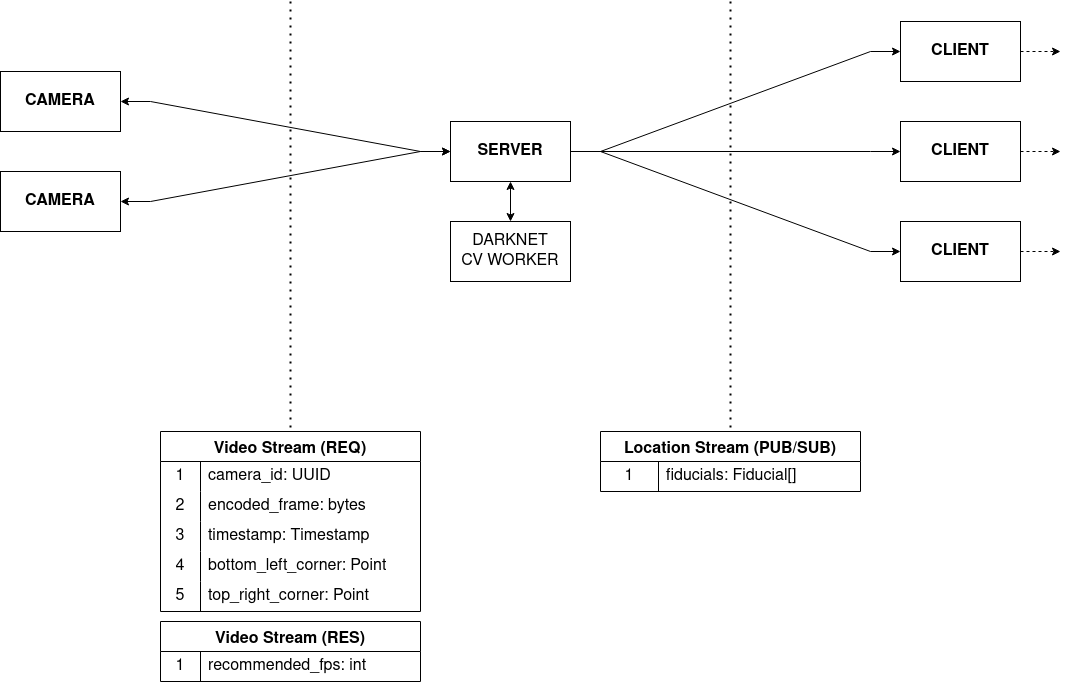
Above: res/architecture.png in mahyarmirrashed/fiducial-tracker (draw.io), before the change. Source tidied: cells renumbered, new cells last; positions are measured from the earlier drawing's top-left corner, leaving out a move shared by most shapes.
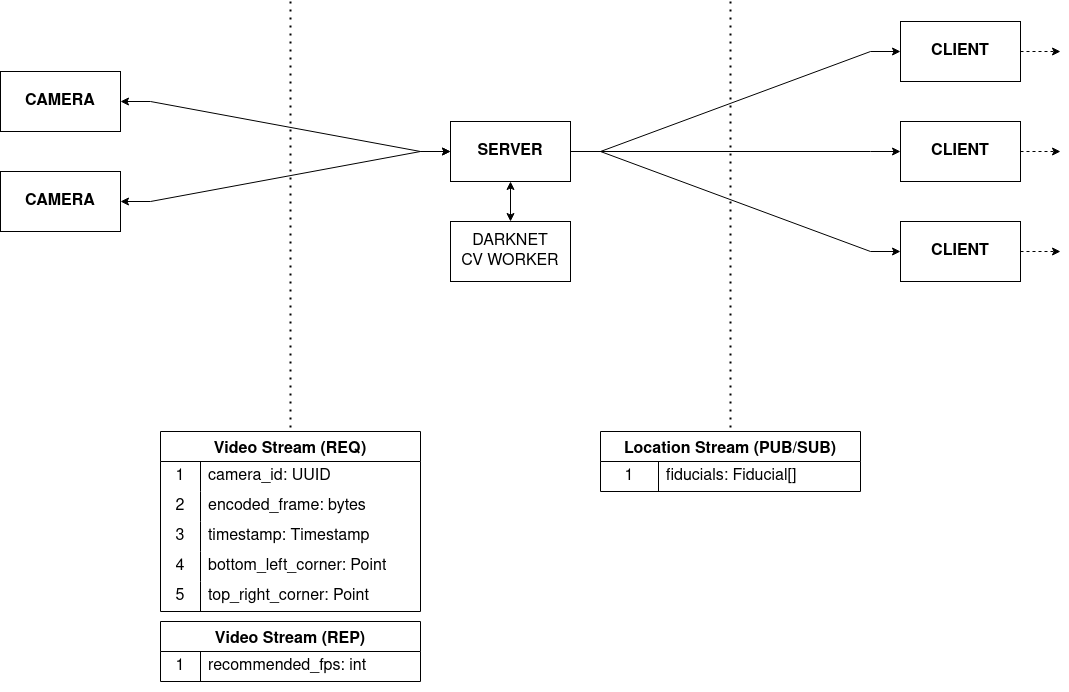
Above is the later version.

Commit message:
docs: update from `RES` to `REP` per ZMQ terminology

The edit, as a diff of the source:
```diff
@@ -119,7 +119,7 @@
     <mxCell id="38" value="fiducials: Fiducial[]" style="shape=partialRectangle;html=1;whiteSpace=wrap;fillColor=none;top=0;left=0;bottom=0;right=0;align=left;spacingLeft=6;overflow=hidden;strokeColor=inherit;fontSize=16;" parent="36" vertex="1">
       <mxGeometry x="58" width="202" height="30" as="geometry" />
     </mxCell>
-    <mxCell id="39" value="Video Stream (RES)" style="shape=table;startSize=30;rowLines=0;fontStyle=1;strokeColor=default;fontSize=16;" parent="1" vertex="1">
+    <mxCell id="39" value="Video Stream (REP)" style="shape=table;startSize=30;rowLines=0;fontStyle=1;strokeColor=default;fontSize=16;" parent="1" vertex="1">
       <mxGeometry x="160" y="620" width="260" height="60" as="geometry" />
     </mxCell>
     <mxCell id="40" style="shape=tableRow;horizontal=0;startSize=0;swimlaneHead=0;swimlaneBody=0;top=0;left=0;bottom=0;right=0;fillColor=none;strokeColor=inherit;fontSize=16;" parent="39" vertex="1">
```
